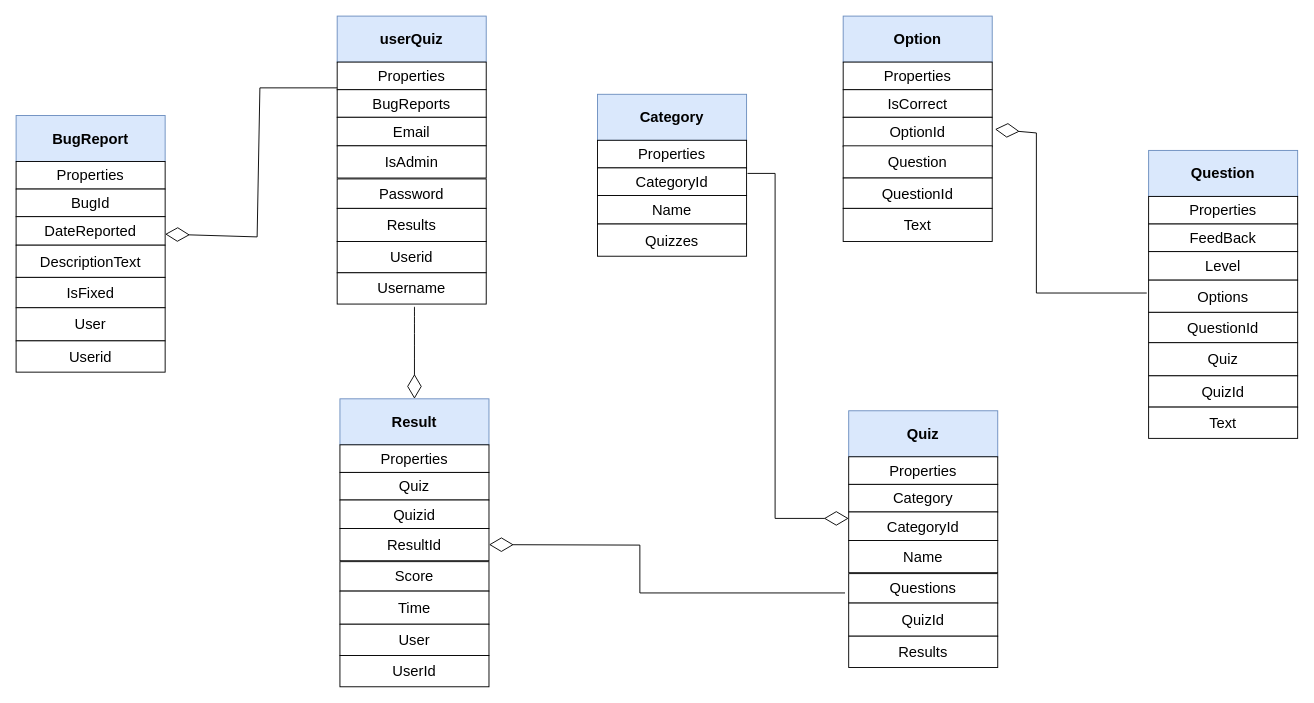
Earlier version of the draw.io diagram page "Page-4" (4 of 5) of Diagramme sans nom.drawio (murielleflora/test-repositoire). Source tidied: cells renumbered, new cells numbered last; positions are measured from the earlier drawing's top-left corner, leaving out a move shared by most shapes. Both pictures are drawn from the tidied source at 92%, with x=0, y=0 at pixel (16, 16).
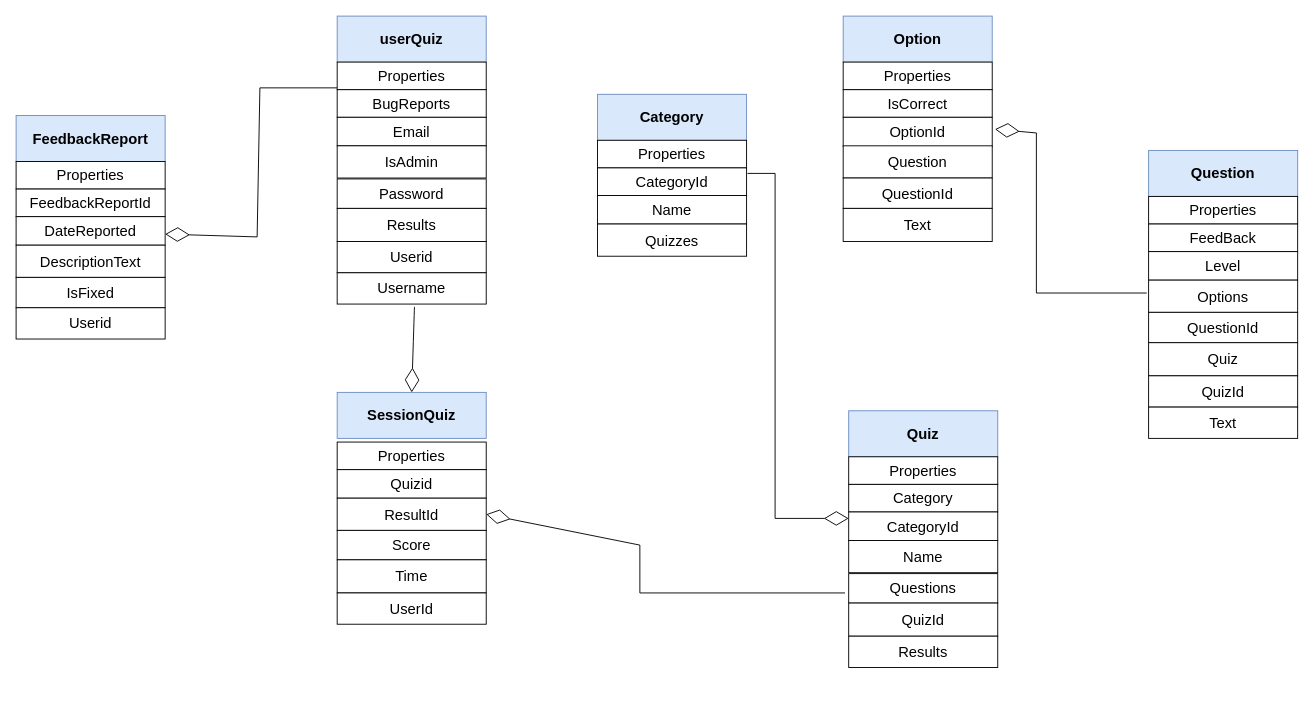
Above is the later version.

Commit message:
Mettre à jour Diagramme sans nom.drawio

The edit, as a diff of the source:
```diff
@@
-    <mxCell id="2" value="&lt;b&gt;BugReport&lt;/b&gt;" style="rounded=0;whiteSpace=wrap;html=1;fontSize=16;fillColor=#dae8fc;strokeColor=#6c8ebf;" parent="1" vertex="1">
+    <mxCell id="2" value="&lt;b&gt;FeedbackReport&lt;/b&gt;" style="rounded=0;whiteSpace=wrap;html=1;fontSize=16;fillColor=#dae8fc;strokeColor=#6c8ebf;" parent="1" vertex="1">
       <mxGeometry y="108" width="162" height="50" as="geometry" />
     </mxCell>
@@
-    <mxCell id="4" value="BugId" style="rounded=0;whiteSpace=wrap;html=1;fontSize=16;" parent="1" vertex="1">
+    <mxCell id="4" value="&lt;span style=&quot;border-color: var(--border-color);&quot;&gt;FeedbackReport&lt;/span&gt;Id" style="rounded=0;whiteSpace=wrap;html=1;fontSize=16;" parent="1" vertex="1">
       <mxGeometry y="188" width="162" height="30" as="geometry" />
     </mxCell>
@@
-    <mxCell id="8" value="User" style="rounded=0;whiteSpace=wrap;html=1;fontSize=16;" parent="1" vertex="1">
-      <mxGeometry y="317" width="162" height="36" as="geometry" />
-    </mxCell>
     <mxCell id="9" value="Userid" style="rounded=0;whiteSpace=wrap;html=1;fontSize=16;" parent="1" vertex="1">
-      <mxGeometry y="353" width="162" height="34" as="geometry" />
+      <mxGeometry y="317" width="162" height="34" as="geometry" />
     </mxCell>
@@
-    <mxCell id="42" value="&lt;b&gt;Result&lt;/b&gt;" style="rounded=0;whiteSpace=wrap;html=1;fontSize=16;fillColor=#dae8fc;strokeColor=#6c8ebf;" parent="1" vertex="1">
-      <mxGeometry x="352" y="416" width="162" height="50" as="geometry" />
+    <mxCell id="42" value="&lt;b&gt;SessionQuiz&lt;/b&gt;" style="rounded=0;whiteSpace=wrap;html=1;fontSize=16;fillColor=#dae8fc;strokeColor=#6c8ebf;" parent="1" vertex="1">
+      <mxGeometry x="349" y="409" width="162" height="50" as="geometry" />
     </mxCell>
     <mxCell id="43" value="Properties" style="rounded=0;whiteSpace=wrap;html=1;fontSize=16;" parent="1" vertex="1">
-      <mxGeometry x="352" y="466" width="162" height="30" as="geometry" />
+      <mxGeometry x="349" y="463" width="162" height="30" as="geometry" />
     </mxCell>
-    <mxCell id="44" value="Quiz" style="rounded=0;whiteSpace=wrap;html=1;fontSize=16;" parent="1" vertex="1">
-      <mxGeometry x="352" y="496" width="162" height="30" as="geometry" />
-    </mxCell>
     <mxCell id="45" value="Quizid" style="rounded=0;whiteSpace=wrap;html=1;fontSize=16;" parent="1" vertex="1">
-      <mxGeometry x="352" y="526" width="162" height="31" as="geometry" />
+      <mxGeometry x="349" y="493" width="162" height="31" as="geometry" />
     </mxCell>
     <mxCell id="46" value="ResultId" style="rounded=0;whiteSpace=wrap;html=1;fontSize=16;" parent="1" vertex="1">
-      <mxGeometry x="352" y="557" width="162" height="35" as="geometry" />
+      <mxGeometry x="349" y="524" width="162" height="35" as="geometry" />
     </mxCell>
     <mxCell id="47" value="Score" style="rounded=0;whiteSpace=wrap;html=1;fontSize=16;" parent="1" vertex="1">
-      <mxGeometry x="352" y="593" width="162" height="32" as="geometry" />
+      <mxGeometry x="349" y="559" width="162" height="32" as="geometry" />
     </mxCell>
     <mxCell id="48" value="Time" style="rounded=0;whiteSpace=wrap;html=1;fontSize=16;" parent="1" vertex="1">
-      <mxGeometry x="352" y="625" width="162" height="36" as="geometry" />
+      <mxGeometry x="349" y="591" width="162" height="36" as="geometry" />
     </mxCell>
-    <mxCell id="49" value="User" style="rounded=0;whiteSpace=wrap;html=1;fontSize=16;" parent="1" vertex="1">
-      <mxGeometry x="352" y="661" width="162" height="34" as="geometry" />
-    </mxCell>
     <mxCell id="50" value="UserId" style="rounded=0;whiteSpace=wrap;html=1;fontSize=16;" parent="1" vertex="1">
-      <mxGeometry x="352" y="695" width="162" height="34" as="geometry" />
+      <mxGeometry x="349" y="627" width="162" height="34" as="geometry" />
     </mxCell>
@@
+    <mxCell id="62" style="edgeStyle=orthogonalEdgeStyle;rounded=0;orthogonalLoop=1;jettySize=auto;html=1;exitX=0.5;exitY=1;exitDx=0;exitDy=0;" parent="1" edge="1" source="45" target="45">
+      <mxGeometry relative="1" as="geometry" />
+    </mxCell>
```
